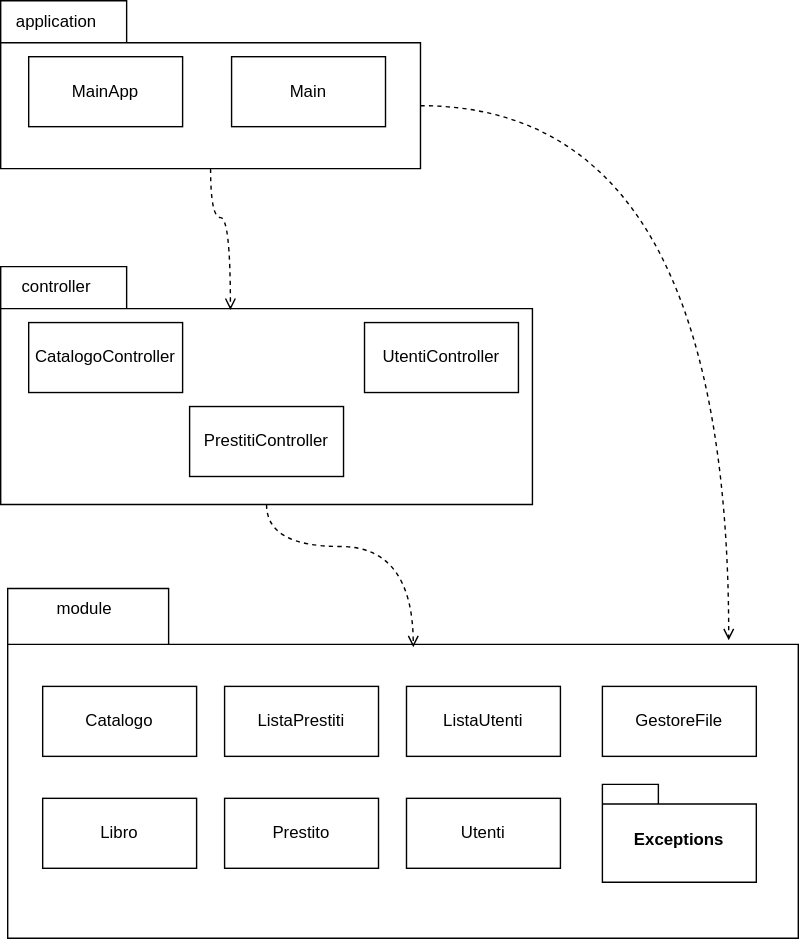
Earlier version of the draw.io export Design/DiagrammaPackage.svg (doppiaaa/Progetto-Biblioteca-Ingegneria-del-Software). Source tidied: cells renumbered, new cells last; positions are measured from the earlier drawing's top-left corner, leaving out a move shared by most shapes.
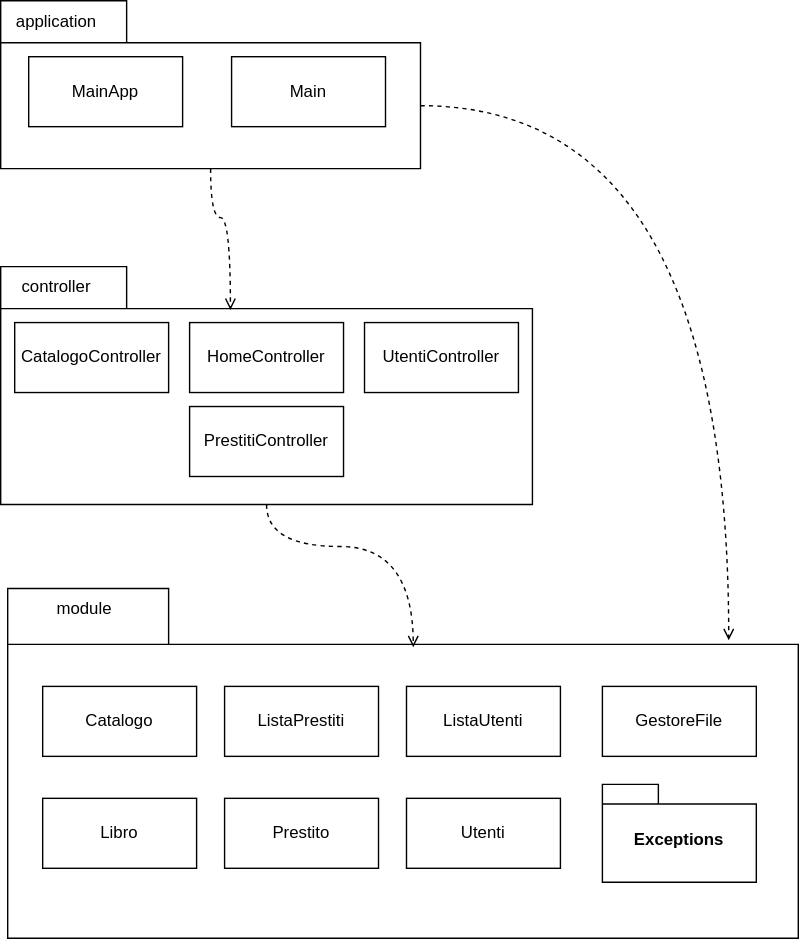
The same file after the commit.

Change to the diagram source:
```diff
@@ -18,7 +18,7 @@
       <mxGeometry x="10" width="60" height="30" as="geometry" />
     </mxCell>
     <mxCell id="7" value="CatalogoController" style="html=1;whiteSpace=wrap;" parent="1" vertex="1">
-      <mxGeometry x="20" y="230" width="110" height="50" as="geometry" />
+      <mxGeometry x="10" y="230" width="110" height="50" as="geometry" />
     </mxCell>
     <mxCell id="8" value="PrestitiController" style="html=1;whiteSpace=wrap;" parent="1" vertex="1">
       <mxGeometry x="135" y="290" width="110" height="50" as="geometry" />
@@ -68,5 +68,8 @@
     <mxCell id="23" style="edgeStyle=orthogonalEdgeStyle;rounded=0;jettySize=auto;html=1;exitX=0.5;exitY=1;exitDx=0;exitDy=0;exitPerimeter=0;entryX=0.513;entryY=0.168;entryDx=0;entryDy=0;entryPerimeter=0;curved=1;endArrow=open;endFill=0;dashed=1;" parent="1" edge="1" source="2" target="11">
       <mxGeometry relative="1" as="geometry" />
     </mxCell>
+    <mxCell id="24" value="HomeController" style="html=1;whiteSpace=wrap;" parent="1" vertex="1">
+      <mxGeometry x="135" y="230" width="110" height="50" as="geometry" />
+    </mxCell>
   </root>
 </mxGraphModel>
```
